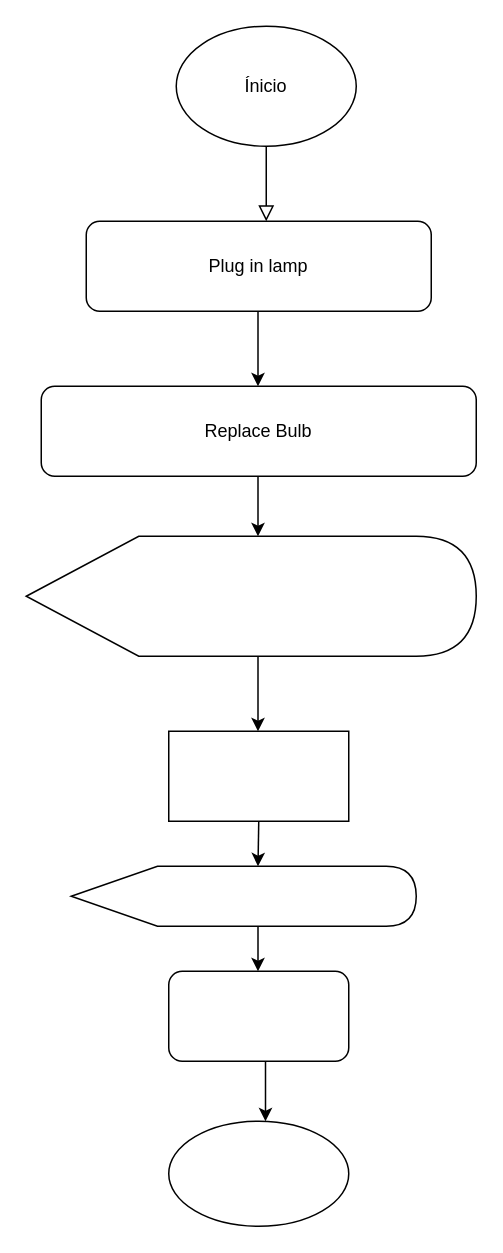
Before: Untitled Diagram.drawio in BRUNOMORAIS089/PROGR-C-, a draw.io diagram. Source tidied: cells renumbered, new cells numbered last; positions are measured from the earlier drawing's top-left corner, leaving out a move shared by most shapes. Both pictures are drawn from the tidied source at 150%, with x=0, y=0 at pixel (26, 26).
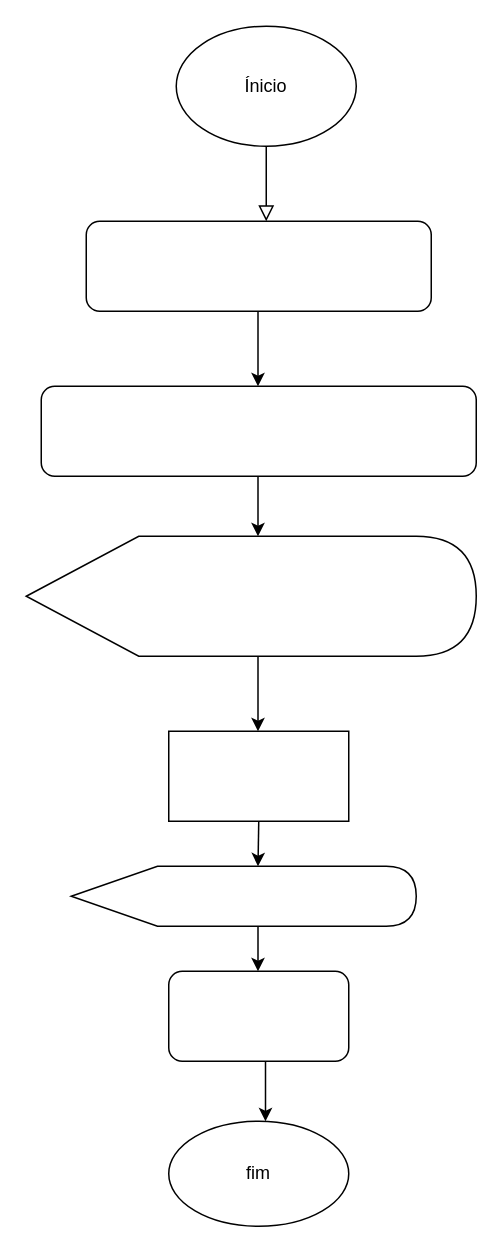
Above is the later version.

The edit, as a diff of the source:
```diff
@@
-    <mxCell id="3" value="Plug in lamp" style="rounded=1;whiteSpace=wrap;html=1;fontSize=12;glass=0;strokeWidth=1;shadow=0;" parent="1" vertex="1">
+    <mxCell id="3" style="rounded=1;whiteSpace=wrap;html=1;fontSize=12;glass=0;strokeWidth=1;shadow=0;" parent="1" vertex="1">
       <mxGeometry x="40" y="130" width="230" height="60" as="geometry" />
     </mxCell>
-    <mxCell id="4" value="Replace Bulb" style="rounded=1;whiteSpace=wrap;html=1;fontSize=12;glass=0;strokeWidth=1;shadow=0;" parent="1" vertex="1">
+    <mxCell id="4" style="rounded=1;whiteSpace=wrap;html=1;fontSize=12;glass=0;strokeWidth=1;shadow=0;" parent="1" vertex="1">
       <mxGeometry x="10" y="240" width="290" height="60" as="geometry" />
     </mxCell>
@@
-    <mxCell id="14" style="ellipse;whiteSpace=wrap;html=1;" parent="1" vertex="1">
+    <mxCell id="14" value="fim" style="ellipse;whiteSpace=wrap;html=1;" parent="1" vertex="1">
       <mxGeometry x="95" y="730" width="120" height="70" as="geometry" />
     </mxCell>
```
